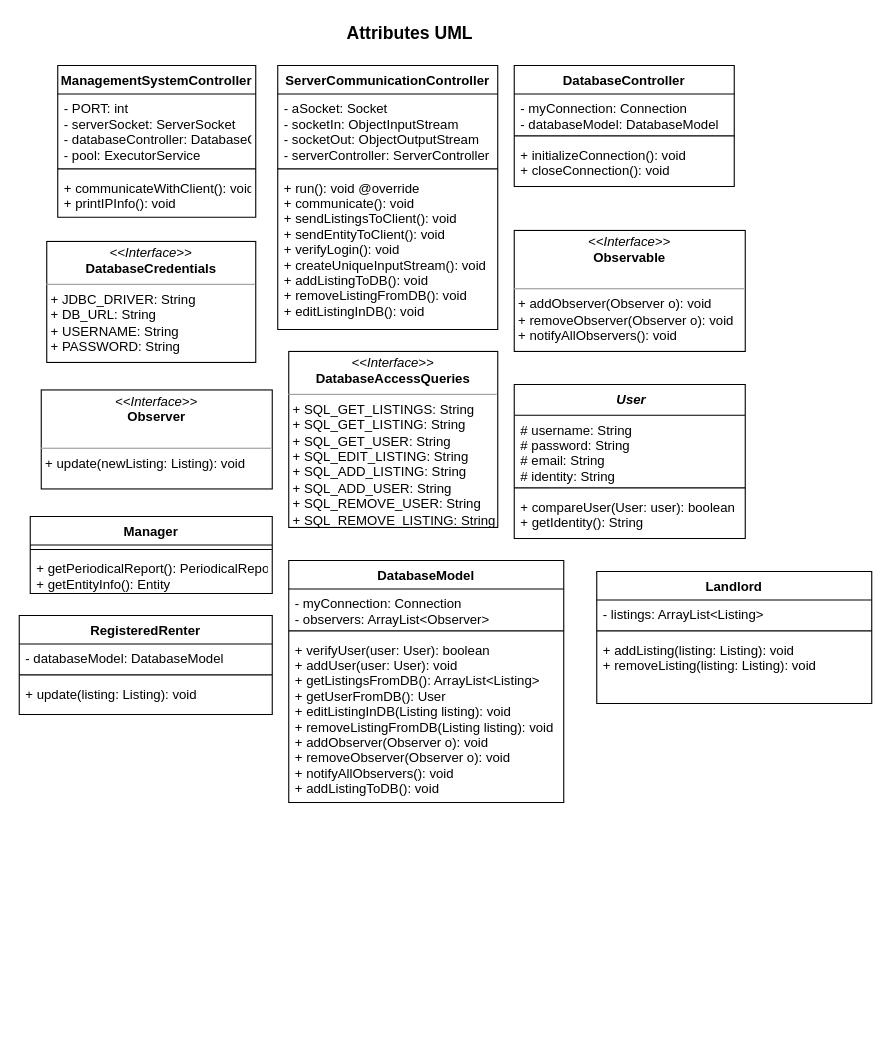
This is page "Server" (1 of 2) of AttributesUMLDiagram.drawio from ryan-holt/ENSF480FinalProject, a draw.io file, before an edit. Source tidied: cells renumbered, new cells numbered last; positions are measured from the earlier drawing's top-left corner, leaving out a move shared by most shapes. Both pictures are drawn from the tidied source at 110%, with x=0, y=0 at pixel (19, 19).
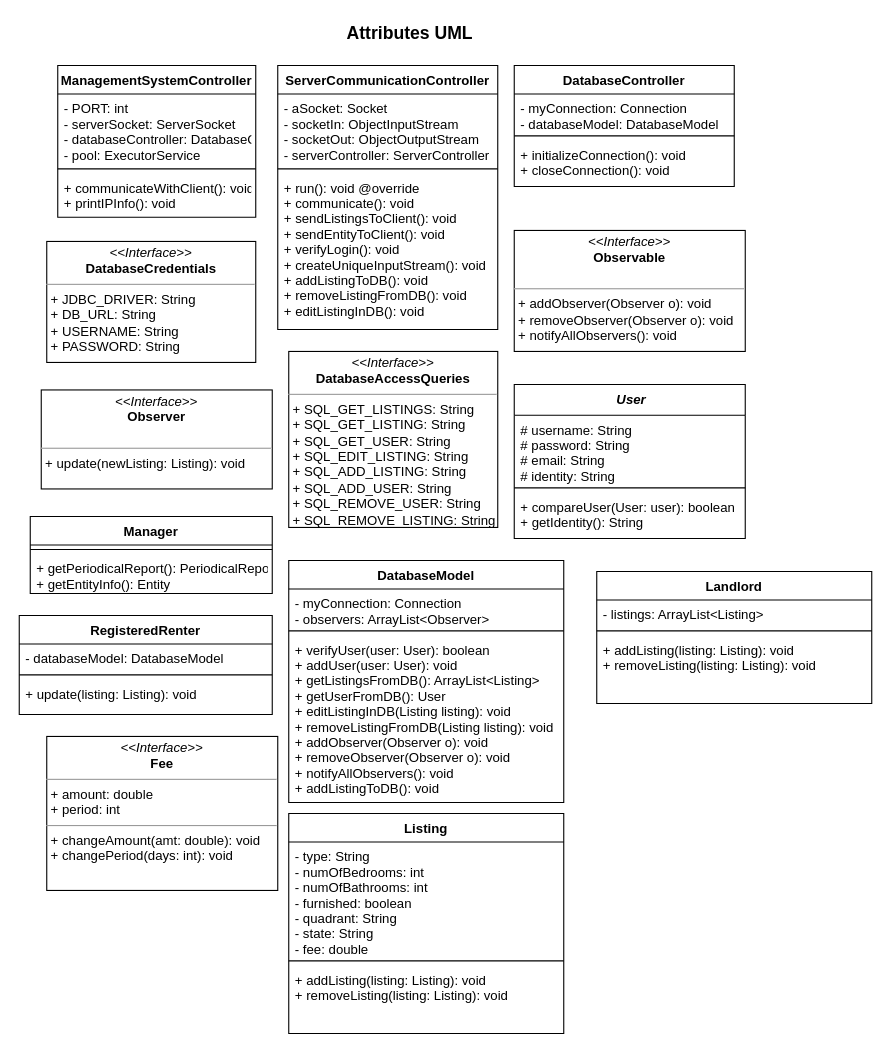
After the change.

What changed in the source:
```diff
@@
+    <mxCell id="38" value="&lt;p style=&quot;margin: 0px ; margin-top: 4px ; text-align: center&quot;&gt;&lt;i&gt;&amp;lt;&amp;lt;Interface&amp;gt;&amp;gt;&lt;/i&gt;&lt;br&gt;&lt;b&gt;Fee&lt;/b&gt;&lt;/p&gt;&lt;hr size=&quot;1&quot;&gt;&lt;p style=&quot;margin: 0px ; margin-left: 4px&quot;&gt;+ amount: double&lt;/p&gt;&lt;p style=&quot;margin: 0px ; margin-left: 4px&quot;&gt;+ period: int&lt;/p&gt;&lt;hr size=&quot;1&quot;&gt;&lt;p style=&quot;margin: 0px ; margin-left: 4px&quot;&gt;+ changeAmount(amt: double): void&lt;/p&gt;&lt;p style=&quot;margin: 0px ; margin-left: 4px&quot;&gt;+ changePeriod(days: int): void&lt;/p&gt;" style="verticalAlign=top;align=left;overflow=fill;fontSize=12;fontFamily=Helvetica;html=1;" parent="1" vertex="1">
+      <mxGeometry x="25" y="652" width="210" height="140" as="geometry" />
+    </mxCell>
+    <mxCell id="39" value="Listing" style="swimlane;fontStyle=1;align=center;verticalAlign=top;horizontal=1;startSize=26;" parent="1" vertex="1">
+      <mxGeometry x="245" y="722" width="250" height="200" as="geometry" />
+    </mxCell>
+    <mxCell id="40" value="- type: String&#10;- numOfBedrooms: int&#10;- numOfBathrooms: int&#10;- furnished: boolean&#10;- quadrant: String&#10;- state: String&#10;- fee: double" style="text;strokeColor=none;fillColor=none;align=left;verticalAlign=top;spacingLeft=4;spacingRight=4;overflow=hidden;" parent="39" vertex="1">
+      <mxGeometry y="26" width="250" height="104" as="geometry" />
+    </mxCell>
+    <mxCell id="41" style="line;strokeWidth=1;fillColor=none;align=left;verticalAlign=middle;spacingTop=-1;spacingLeft=3;spacingRight=3;labelPosition=right;" parent="39" vertex="1">
+      <mxGeometry y="130" width="250" height="8" as="geometry" />
+    </mxCell>
+    <mxCell id="42" value="+ addListing(listing: Listing): void&#10;+ removeListing(listing: Listing): void&#10;" style="text;strokeColor=none;fillColor=none;align=left;verticalAlign=top;spacingLeft=4;spacingRight=4;overflow=hidden;" parent="39" vertex="1">
+      <mxGeometry y="138" width="250" height="62" as="geometry" />
+    </mxCell>
```
